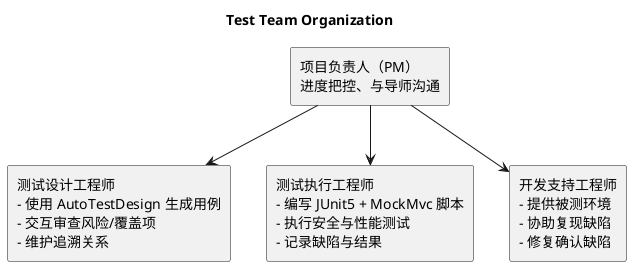
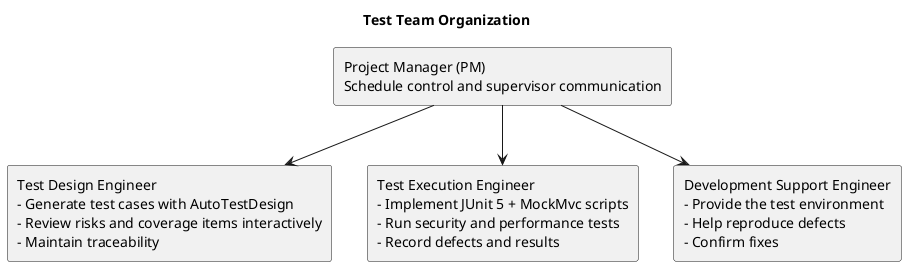
@startuml
title Test Team Organization

skinparam backgroundColor transparent
skinparam shadowing false
top to bottom direction

- rectangle "项目负责人（PM）\n进度把控、与导师沟通" as PM
- rectangle "测试设计工程师\n- 使用 AutoTestDesign 生成用例\n- 交互审查风险/覆盖项\n- 维护追溯关系" as Designer
- rectangle "测试执行工程师\n- 编写 JUnit5 + MockMvc 脚本\n- 执行安全与性能测试\n- 记录缺陷与结果" as Executor
- rectangle "开发支持工程师\n- 提供被测环境\n- 协助复现缺陷\n- 修复确认缺陷" as DevSupport
+ rectangle "Project Manager (PM)\nSchedule control and supervisor communication" as PM
+ rectangle "Test Design Engineer\n- Generate test cases with AutoTestDesign\n- Review risks and coverage items interactively\n- Maintain traceability" as Designer
+ rectangle "Test Execution Engineer\n- Implement JUnit 5 + MockMvc scripts\n- Run security and performance tests\n- Record defects and results" as Executor
+ rectangle "Development Support Engineer\n- Provide the test environment\n- Help reproduce defects\n- Confirm fixes" as DevSupport

PM --> Designer
PM --> Executor
PM --> DevSupport

@enduml
